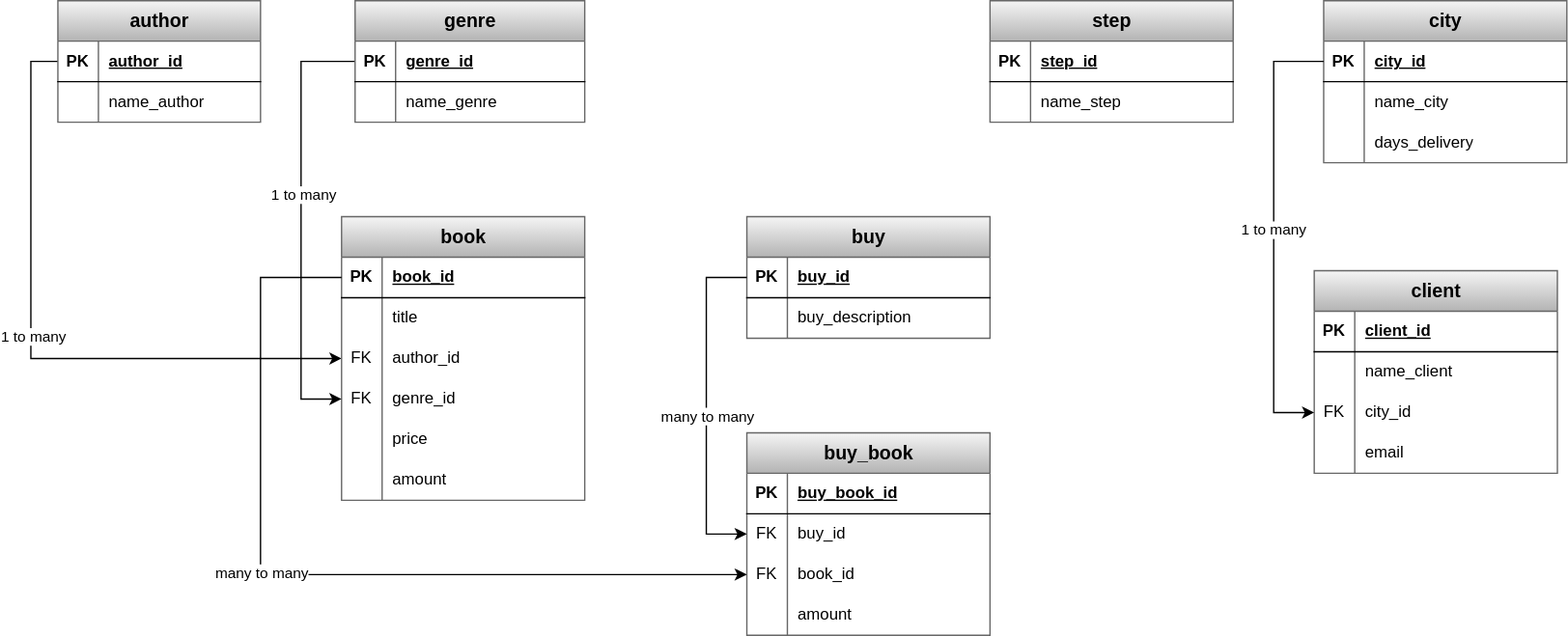
The draw.io diagram Database/OnlineStore/LogicalModel.svg in Maks00071/SQL_scripts, before a commit. Source tidied: cells renumbered, new cells last; positions are measured from the earlier drawing's top-left corner, leaving out a move shared by most shapes.
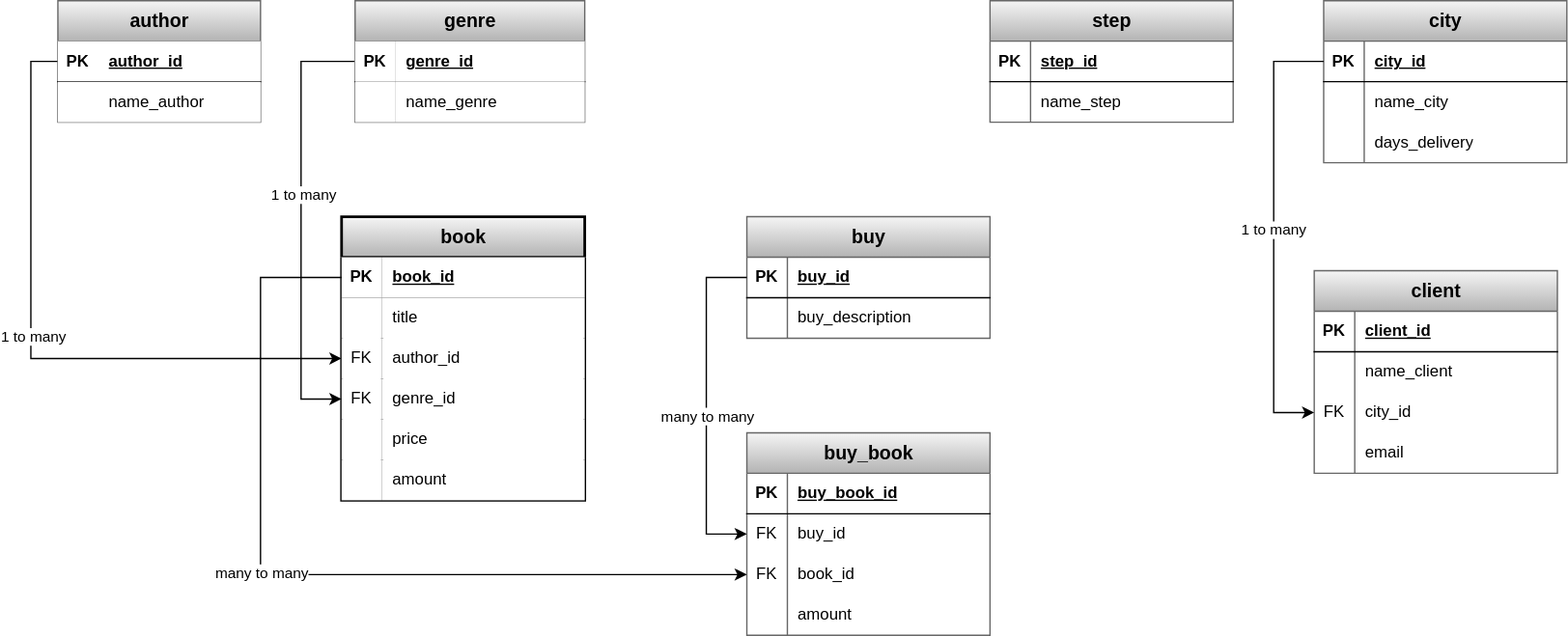
The same file after the commit.

Commit message:
CHANGE Database OnlineStore LogicalModel

Diff of the diagram source:
```diff
@@ -11,7 +11,7 @@
     <mxCell id="4" value="&lt;font style=&quot;font-size: 14px;&quot;&gt;author&lt;/font&gt;" style="shape=table;startSize=30;rowLines=0;fontStyle=1;align=center;html=1;fillColor=#f5f5f5;gradientColor=#b3b3b3;strokeColor=#666666;" parent="1" vertex="1">
       <mxGeometry width="150" height="90" as="geometry" />
     </mxCell>
-    <mxCell id="5" style="shape=tableRow;horizontal=0;startSize=0;swimlaneHead=0;swimlaneBody=0;fillColor=none;points=[[0,0.5],[1,0.5]];portConstraint=eastwest;top=0;left=0;right=0;bottom=1;" parent="4" vertex="1">
+    <mxCell id="5" style="shape=tableRow;horizontal=0;startSize=0;swimlaneHead=0;swimlaneBody=0;points=[[0,0.5],[1,0.5]];portConstraint=eastwest;top=0;left=0;right=0;bottom=1;" parent="4" vertex="1">
       <mxGeometry y="30" width="150" height="30" as="geometry" />
     </mxCell>
     <mxCell id="6" value="PK" style="shape=partialRectangle;fillColor=none;top=0;left=0;bottom=0;right=0;fontStyle=1;overflow=hidden;whiteSpace=wrap;html=1;" parent="5" vertex="1">
@@ -20,7 +20,7 @@
     <mxCell id="7" value="author_id" style="shape=partialRectangle;fillColor=none;top=0;left=0;bottom=0;right=0;align=left;spacingLeft=6;fontStyle=5;overflow=hidden;whiteSpace=wrap;html=1;" parent="5" vertex="1">
       <mxGeometry x="30" width="120" height="30" as="geometry" />
     </mxCell>
-    <mxCell id="8" style="shape=tableRow;horizontal=0;startSize=0;swimlaneHead=0;swimlaneBody=0;fillColor=none;top=0;left=0;right=0;bottom=0;" parent="4" vertex="1">
+    <mxCell id="8" style="shape=tableRow;horizontal=0;startSize=0;swimlaneHead=0;swimlaneBody=0;top=0;left=0;right=0;bottom=0;" parent="4" vertex="1">
       <mxGeometry y="60" width="150" height="30" as="geometry" />
     </mxCell>
     <mxCell id="9" style="shape=partialRectangle;fillColor=none;top=0;left=0;bottom=0;right=0;overflow=hidden;whiteSpace=wrap;html=1;" parent="8" vertex="1">
@@ -29,61 +29,61 @@
     <mxCell id="10" value="name_author" style="shape=partialRectangle;fillColor=none;top=0;left=0;bottom=0;right=0;align=left;spacingLeft=6;overflow=hidden;whiteSpace=wrap;html=1;" parent="8" vertex="1">
       <mxGeometry x="30" width="120" height="30" as="geometry" />
     </mxCell>
-    <mxCell id="11" value="&lt;font style=&quot;font-size: 14px;&quot;&gt;book&lt;/font&gt;" style="shape=table;startSize=30;rowLines=0;fontStyle=1;align=center;html=1;fillColor=#f5f5f5;gradientColor=#b3b3b3;strokeColor=#666666;" parent="1" vertex="1">
+    <mxCell id="11" value="&lt;font style=&quot;font-size: 14px;&quot;&gt;book&lt;/font&gt;" style="shape=table;startSize=30;rowLines=0;fontStyle=1;align=center;html=1;fillColor=#f5f5f5;gradientColor=#b3b3b3;strokeColor=#000000;strokeWidth=2;perimeterSpacing=0;" parent="1" vertex="1">
       <mxGeometry x="210" y="160" width="180" height="210" as="geometry" />
     </mxCell>
     <mxCell id="12" style="shape=tableRow;horizontal=0;startSize=0;swimlaneHead=0;swimlaneBody=0;fillColor=none;points=[[0,0.5],[1,0.5]];portConstraint=eastwest;top=0;left=0;right=0;bottom=1;" parent="11" vertex="1">
       <mxGeometry y="30" width="180" height="30" as="geometry" />
     </mxCell>
-    <mxCell id="13" value="PK" style="shape=partialRectangle;fillColor=none;top=0;left=0;bottom=0;right=0;fontStyle=1;overflow=hidden;whiteSpace=wrap;html=1;" parent="12" vertex="1">
+    <mxCell id="13" value="PK" style="shape=partialRectangle;top=0;left=0;bottom=0;right=0;fontStyle=1;overflow=hidden;whiteSpace=wrap;html=1;" parent="12" vertex="1">
       <mxGeometry width="30" height="30" as="geometry" />
     </mxCell>
-    <mxCell id="14" value="book_id" style="shape=partialRectangle;fillColor=none;top=0;left=0;bottom=0;right=0;align=left;spacingLeft=6;fontStyle=5;overflow=hidden;whiteSpace=wrap;html=1;" parent="12" vertex="1">
+    <mxCell id="14" value="book_id" style="shape=partialRectangle;top=0;left=0;bottom=0;right=0;align=left;spacingLeft=6;fontStyle=5;overflow=hidden;whiteSpace=wrap;html=1;" parent="12" vertex="1">
       <mxGeometry x="30" width="150" height="30" as="geometry" />
     </mxCell>
     <mxCell id="15" style="shape=tableRow;horizontal=0;startSize=0;swimlaneHead=0;swimlaneBody=0;fillColor=none;top=0;left=0;right=0;bottom=0;" parent="11" vertex="1">
       <mxGeometry y="60" width="180" height="30" as="geometry" />
     </mxCell>
-    <mxCell id="16" style="shape=partialRectangle;fillColor=none;top=0;left=0;bottom=0;right=0;overflow=hidden;whiteSpace=wrap;html=1;" parent="15" vertex="1">
+    <mxCell id="16" style="shape=partialRectangle;top=0;left=0;bottom=0;right=0;overflow=hidden;whiteSpace=wrap;html=1;" parent="15" vertex="1">
       <mxGeometry width="30" height="30" as="geometry" />
     </mxCell>
-    <mxCell id="17" value="&lt;font face=&quot;Helvetica&quot; style=&quot;font-size: 12px;&quot;&gt;title&lt;/font&gt;" style="shape=partialRectangle;fillColor=none;top=0;left=0;bottom=0;right=0;align=left;spacingLeft=6;overflow=hidden;whiteSpace=wrap;html=1;" parent="15" vertex="1">
+    <mxCell id="17" value="&lt;font face=&quot;Helvetica&quot; style=&quot;font-size: 12px;&quot;&gt;title&lt;/font&gt;" style="shape=partialRectangle;top=0;left=0;bottom=0;right=0;align=left;spacingLeft=6;overflow=hidden;whiteSpace=wrap;html=1;" parent="15" vertex="1">
       <mxGeometry x="30" width="150" height="30" as="geometry" />
     </mxCell>
     <mxCell id="18" style="shape=tableRow;horizontal=0;startSize=0;swimlaneHead=0;swimlaneBody=0;fillColor=none;points=[[0,0.5],[1,0.5]];portConstraint=eastwest;top=0;left=0;right=0;bottom=0;" parent="11" vertex="1">
       <mxGeometry y="90" width="180" height="30" as="geometry" />
     </mxCell>
-    <mxCell id="19" value="FK" style="shape=partialRectangle;fillColor=none;top=0;left=0;bottom=0;right=0;overflow=hidden;whiteSpace=wrap;html=1;" parent="18" vertex="1">
+    <mxCell id="19" value="FK" style="shape=partialRectangle;top=0;left=0;bottom=0;right=0;overflow=hidden;whiteSpace=wrap;html=1;" parent="18" vertex="1">
       <mxGeometry width="30" height="30" as="geometry" />
     </mxCell>
-    <mxCell id="20" value="author_id" style="shape=partialRectangle;fillColor=none;top=0;left=0;bottom=0;right=0;align=left;spacingLeft=6;overflow=hidden;whiteSpace=wrap;html=1;" parent="18" vertex="1">
+    <mxCell id="20" value="author_id" style="shape=partialRectangle;top=0;left=0;bottom=0;right=0;align=left;spacingLeft=6;overflow=hidden;whiteSpace=wrap;html=1;" parent="18" vertex="1">
       <mxGeometry x="30" width="150" height="30" as="geometry" />
     </mxCell>
     <mxCell id="21" style="shape=tableRow;horizontal=0;startSize=0;swimlaneHead=0;swimlaneBody=0;fillColor=none;points=[[0,0.5],[1,0.5]];portConstraint=eastwest;top=0;left=0;right=0;bottom=0;" parent="11" vertex="1">
       <mxGeometry y="120" width="180" height="30" as="geometry" />
     </mxCell>
-    <mxCell id="22" value="FK" style="shape=partialRectangle;fillColor=none;top=0;left=0;bottom=0;right=0;overflow=hidden;whiteSpace=wrap;html=1;" parent="21" vertex="1">
+    <mxCell id="22" value="FK" style="shape=partialRectangle;top=0;left=0;bottom=0;right=0;overflow=hidden;whiteSpace=wrap;html=1;" parent="21" vertex="1">
       <mxGeometry width="30" height="30" as="geometry" />
     </mxCell>
-    <mxCell id="23" value="genre_id" style="shape=partialRectangle;fillColor=none;top=0;left=0;bottom=0;right=0;align=left;spacingLeft=6;overflow=hidden;whiteSpace=wrap;html=1;" parent="21" vertex="1">
+    <mxCell id="23" value="genre_id" style="shape=partialRectangle;top=0;left=0;bottom=0;right=0;align=left;spacingLeft=6;overflow=hidden;whiteSpace=wrap;html=1;" parent="21" vertex="1">
       <mxGeometry x="30" width="150" height="30" as="geometry" />
     </mxCell>
     <mxCell id="24" style="shape=tableRow;horizontal=0;startSize=0;swimlaneHead=0;swimlaneBody=0;fillColor=none;top=0;left=0;right=0;bottom=0;" parent="11" vertex="1">
       <mxGeometry y="150" width="180" height="30" as="geometry" />
     </mxCell>
-    <mxCell id="25" style="shape=partialRectangle;fillColor=none;top=0;left=0;bottom=0;right=0;overflow=hidden;whiteSpace=wrap;html=1;" parent="24" vertex="1">
+    <mxCell id="25" style="shape=partialRectangle;top=0;left=0;bottom=0;right=0;overflow=hidden;whiteSpace=wrap;html=1;" parent="24" vertex="1">
       <mxGeometry width="30" height="30" as="geometry" />
     </mxCell>
-    <mxCell id="26" value="price" style="shape=partialRectangle;fillColor=none;top=0;left=0;bottom=0;right=0;align=left;spacingLeft=6;overflow=hidden;whiteSpace=wrap;html=1;" parent="24" vertex="1">
+    <mxCell id="26" value="price" style="shape=partialRectangle;top=0;left=0;bottom=0;right=0;align=left;spacingLeft=6;overflow=hidden;whiteSpace=wrap;html=1;" parent="24" vertex="1">
       <mxGeometry x="30" width="150" height="30" as="geometry" />
     </mxCell>
     <mxCell id="27" style="shape=tableRow;horizontal=0;startSize=0;swimlaneHead=0;swimlaneBody=0;fillColor=none;top=0;left=0;right=0;bottom=0;" parent="11" vertex="1">
       <mxGeometry y="180" width="180" height="30" as="geometry" />
     </mxCell>
-    <mxCell id="28" style="shape=partialRectangle;fillColor=none;top=0;left=0;bottom=0;right=0;overflow=hidden;whiteSpace=wrap;html=1;" parent="27" vertex="1">
+    <mxCell id="28" style="shape=partialRectangle;top=0;left=0;bottom=0;right=0;overflow=hidden;whiteSpace=wrap;html=1;" parent="27" vertex="1">
       <mxGeometry width="30" height="30" as="geometry" />
     </mxCell>
-    <mxCell id="29" value="amount" style="shape=partialRectangle;fillColor=none;top=0;left=0;bottom=0;right=0;align=left;spacingLeft=6;overflow=hidden;whiteSpace=wrap;html=1;" parent="27" vertex="1">
+    <mxCell id="29" value="amount" style="shape=partialRectangle;top=0;left=0;bottom=0;right=0;align=left;spacingLeft=6;overflow=hidden;whiteSpace=wrap;html=1;" parent="27" vertex="1">
       <mxGeometry x="30" width="150" height="30" as="geometry" />
     </mxCell>
     <mxCell id="30" value="&lt;font style=&quot;font-size: 14px;&quot;&gt;buy&lt;/font&gt;" style="shape=table;startSize=30;rowLines=0;fontStyle=1;align=center;html=1;fillColor=#f5f5f5;gradientColor=#b3b3b3;strokeColor=#666666;" parent="1" vertex="1">
@@ -232,19 +232,19 @@
     <mxCell id="76" style="shape=tableRow;horizontal=0;startSize=0;swimlaneHead=0;swimlaneBody=0;fillColor=none;top=0;left=0;right=0;bottom=1;" parent="75" vertex="1">
       <mxGeometry y="30" width="170" height="30" as="geometry" />
     </mxCell>
-    <mxCell id="77" value="PK" style="shape=partialRectangle;fillColor=none;top=0;left=0;bottom=0;right=0;fontStyle=1;overflow=hidden;whiteSpace=wrap;html=1;" parent="76" vertex="1">
+    <mxCell id="77" value="PK" style="shape=partialRectangle;top=0;left=0;bottom=0;right=0;fontStyle=1;overflow=hidden;whiteSpace=wrap;html=1;" parent="76" vertex="1">
       <mxGeometry width="30" height="30" as="geometry" />
     </mxCell>
-    <mxCell id="78" value="genre_id" style="shape=partialRectangle;fillColor=none;top=0;left=0;bottom=0;right=0;align=left;spacingLeft=6;fontStyle=5;overflow=hidden;whiteSpace=wrap;html=1;" parent="76" vertex="1">
+    <mxCell id="78" value="genre_id" style="shape=partialRectangle;top=0;left=0;bottom=0;right=0;align=left;spacingLeft=6;fontStyle=5;overflow=hidden;whiteSpace=wrap;html=1;" parent="76" vertex="1">
       <mxGeometry x="30" width="140" height="30" as="geometry" />
     </mxCell>
     <mxCell id="79" style="shape=tableRow;horizontal=0;startSize=0;swimlaneHead=0;swimlaneBody=0;fillColor=none;top=0;left=0;right=0;bottom=0;" parent="75" vertex="1">
       <mxGeometry y="60" width="170" height="30" as="geometry" />
     </mxCell>
-    <mxCell id="80" style="shape=partialRectangle;fillColor=none;top=0;left=0;bottom=0;right=0;overflow=hidden;whiteSpace=wrap;html=1;" parent="79" vertex="1">
+    <mxCell id="80" style="shape=partialRectangle;top=0;left=0;bottom=0;right=0;overflow=hidden;whiteSpace=wrap;html=1;" parent="79" vertex="1">
       <mxGeometry width="30" height="30" as="geometry" />
     </mxCell>
-    <mxCell id="81" value="name_genre" style="shape=partialRectangle;fillColor=none;top=0;left=0;bottom=0;right=0;align=left;spacingLeft=6;overflow=hidden;whiteSpace=wrap;html=1;" parent="79" vertex="1">
+    <mxCell id="81" value="name_genre" style="shape=partialRectangle;top=0;left=0;bottom=0;right=0;align=left;spacingLeft=6;overflow=hidden;whiteSpace=wrap;html=1;" parent="79" vertex="1">
       <mxGeometry x="30" width="140" height="30" as="geometry" />
     </mxCell>
     <mxCell id="82" style="edgeStyle=orthogonalEdgeStyle;rounded=0;jettySize=auto;html=1;entryX=0;entryY=0.5;entryDx=0;entryDy=0;" parent="1" edge="1" source="31" target="41">
```
